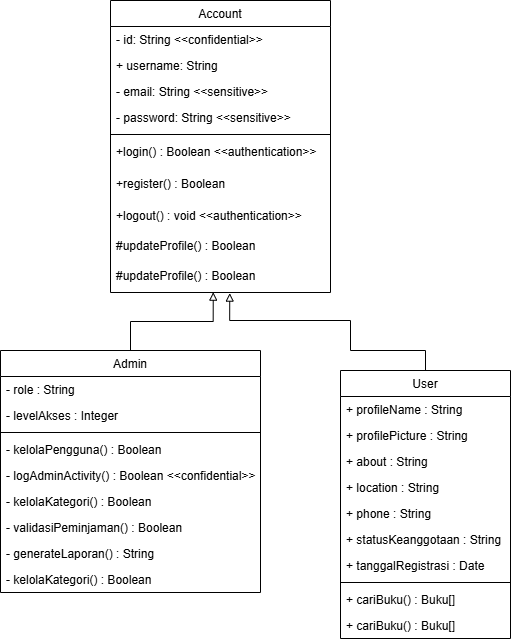
Earlier version of the draw.io export init pkpl.drawio.png (anthef/anthef). Source tidied: cells renumbered, new cells last; positions are measured from the earlier drawing's top-left corner, leaving out a move shared by most shapes.
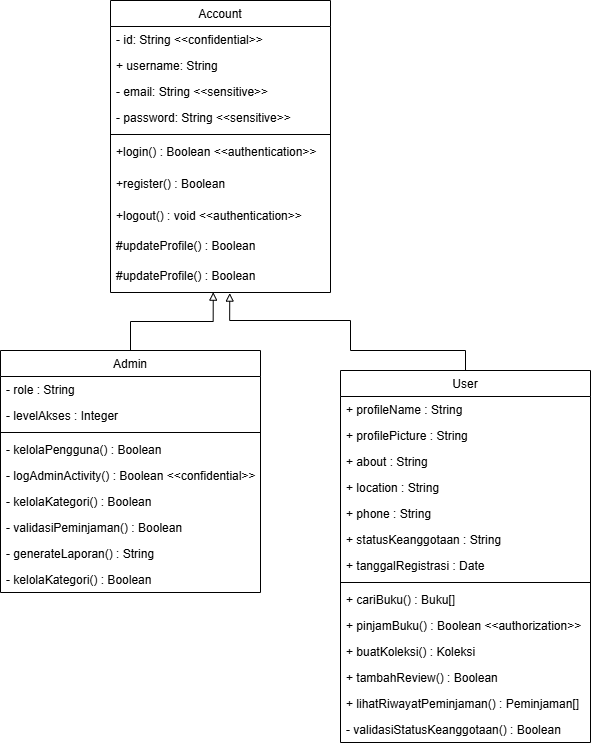
The same diagram one commit later.

Commit message:
done char account user admin

Change to the diagram source:
```diff
@@ -66,38 +66,50 @@
       <mxGeometry y="216" width="260" height="26" as="geometry" />
     </mxCell>
     <mxCell id="23" value="User" style="swimlane;fontStyle=0;align=center;verticalAlign=top;horizontal=1;startSize=26;rounded=0;shadow=0;strokeWidth=1;" parent="1" vertex="1">
-      <mxGeometry x="340" y="370" width="170" height="268" as="geometry" />
+      <mxGeometry x="340" y="370" width="250" height="372" as="geometry" />
     </mxCell>
     <mxCell id="24" value="+ profileName : String" style="text;align=left;verticalAlign=top;spacingLeft=4;spacingRight=4;overflow=hidden;" parent="23" vertex="1">
-      <mxGeometry y="26" width="170" height="26" as="geometry" />
+      <mxGeometry y="26" width="250" height="26" as="geometry" />
     </mxCell>
     <mxCell id="25" value="+ profilePicture : String" style="text;align=left;verticalAlign=top;spacingLeft=4;spacingRight=4;overflow=hidden;rounded=0;shadow=0;html=0;" parent="23" vertex="1">
-      <mxGeometry y="52" width="170" height="26" as="geometry" />
+      <mxGeometry y="52" width="250" height="26" as="geometry" />
     </mxCell>
     <mxCell id="26" value="+ about : String" style="text;align=left;verticalAlign=top;spacingLeft=4;spacingRight=4;overflow=hidden;rounded=0;shadow=0;html=0;" parent="23" vertex="1">
-      <mxGeometry y="78" width="170" height="26" as="geometry" />
+      <mxGeometry y="78" width="250" height="26" as="geometry" />
     </mxCell>
     <mxCell id="27" value="+ location : String" style="text;align=left;verticalAlign=top;spacingLeft=4;spacingRight=4;overflow=hidden;rounded=0;shadow=0;html=0;" parent="23" vertex="1">
-      <mxGeometry y="104" width="170" height="26" as="geometry" />
+      <mxGeometry y="104" width="250" height="26" as="geometry" />
     </mxCell>
     <mxCell id="28" value="+ phone : String" style="text;align=left;verticalAlign=top;spacingLeft=4;spacingRight=4;overflow=hidden;rounded=0;shadow=0;html=0;" parent="23" vertex="1">
-      <mxGeometry y="130" width="170" height="26" as="geometry" />
+      <mxGeometry y="130" width="250" height="26" as="geometry" />
     </mxCell>
     <mxCell id="29" value="+ statusKeanggotaan : String" style="text;align=left;verticalAlign=top;spacingLeft=4;spacingRight=4;overflow=hidden;rounded=0;shadow=0;html=0;" parent="23" vertex="1">
-      <mxGeometry y="156" width="170" height="26" as="geometry" />
+      <mxGeometry y="156" width="250" height="26" as="geometry" />
     </mxCell>
     <mxCell id="30" value="+ tanggalRegistrasi : Date" style="text;align=left;verticalAlign=top;spacingLeft=4;spacingRight=4;overflow=hidden;rounded=0;shadow=0;html=0;" parent="23" vertex="1">
-      <mxGeometry y="182" width="170" height="26" as="geometry" />
+      <mxGeometry y="182" width="250" height="26" as="geometry" />
     </mxCell>
     <mxCell id="31" style="line;html=1;strokeWidth=1;align=left;verticalAlign=middle;spacingTop=-1;spacingLeft=3;spacingRight=3;labelPosition=right;" parent="23" vertex="1">
-      <mxGeometry y="208" width="170" height="8" as="geometry" />
+      <mxGeometry y="208" width="250" height="8" as="geometry" />
     </mxCell>
     <mxCell id="32" value="+ cariBuku() : Buku[]&#10;" style="text;align=left;verticalAlign=top;spacingLeft=4;spacingRight=4;overflow=hidden;" parent="23" vertex="1">
-      <mxGeometry y="216" width="170" height="26" as="geometry" />
+      <mxGeometry y="216" width="250" height="26" as="geometry" />
     </mxCell>
+    <mxCell id="36" value="+ pinjamBuku() : Boolean &lt;&lt;authorization&gt;&gt;&#10;" style="text;align=left;verticalAlign=top;spacingLeft=4;spacingRight=4;overflow=hidden;" parent="23" vertex="1">
+      <mxGeometry y="242" width="250" height="26" as="geometry" />
+    </mxCell>
+    <mxCell id="37" value="+ buatKoleksi() : Koleksi" style="text;align=left;verticalAlign=top;spacingLeft=4;spacingRight=4;overflow=hidden;" parent="23" vertex="1">
+      <mxGeometry y="268" width="250" height="26" as="geometry" />
+    </mxCell>
-    <mxCell id="33" value="+ cariBuku() : Buku[]&#10;" style="text;align=left;verticalAlign=top;spacingLeft=4;spacingRight=4;overflow=hidden;" parent="23" vertex="1">
-      <mxGeometry y="242" width="170" height="26" as="geometry" />
+    <mxCell id="33" value="+ tambahReview() : Boolean" style="text;align=left;verticalAlign=top;spacingLeft=4;spacingRight=4;overflow=hidden;" parent="23" vertex="1">
+      <mxGeometry y="294" width="250" height="26" as="geometry" />
     </mxCell>
+    <mxCell id="38" value="+ lihatRiwayatPeminjaman() : Peminjaman[]" style="text;align=left;verticalAlign=top;spacingLeft=4;spacingRight=4;overflow=hidden;" parent="23" vertex="1">
+      <mxGeometry y="320" width="250" height="26" as="geometry" />
+    </mxCell>
+    <mxCell id="39" value="- validasiStatusKeanggotaan() : Boolean" style="text;align=left;verticalAlign=top;spacingLeft=4;spacingRight=4;overflow=hidden;" parent="23" vertex="1">
+      <mxGeometry y="346" width="250" height="26" as="geometry" />
+    </mxCell>
     <mxCell id="34" style="edgeStyle=orthogonalEdgeStyle;rounded=0;jettySize=auto;html=1;exitX=0.5;exitY=0;exitDx=0;exitDy=0;entryX=0.467;entryY=0.989;entryDx=0;entryDy=0;entryPerimeter=0;endArrow=block;endFill=0;" parent="1" edge="1" source="13" target="12">
       <mxGeometry relative="1" as="geometry" />
     </mxCell>
```
